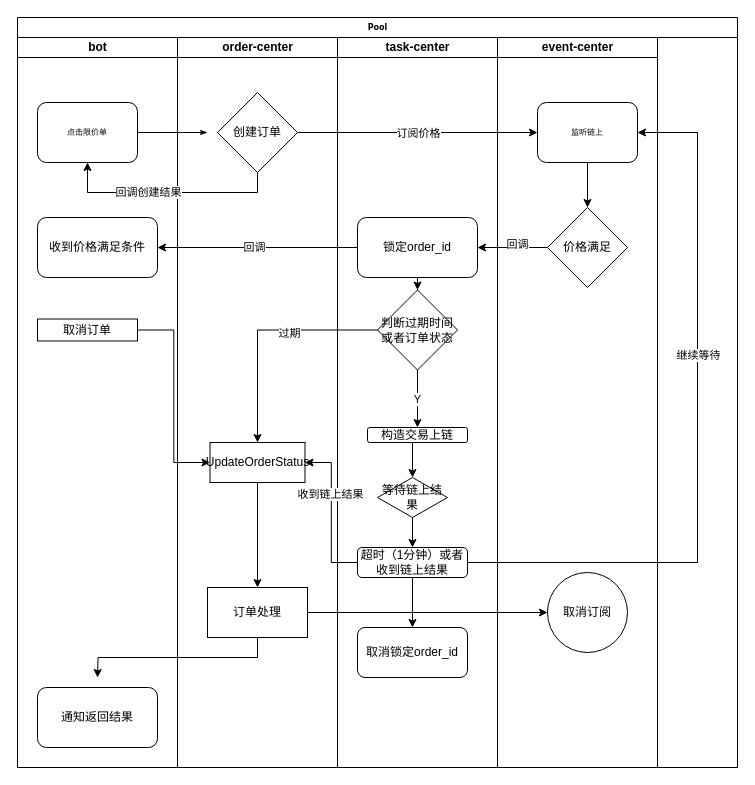
This is 未命名绘图.drawio from ZiHengLee/hot_event_spider, a draw.io file, before an edit. Source tidied: cells renumbered, new cells numbered last; positions are measured from the earlier drawing's top-left corner, leaving out a move shared by most shapes. Both pictures are drawn from the tidied source at 100%, with x=0, y=0 at pixel (17, 17).
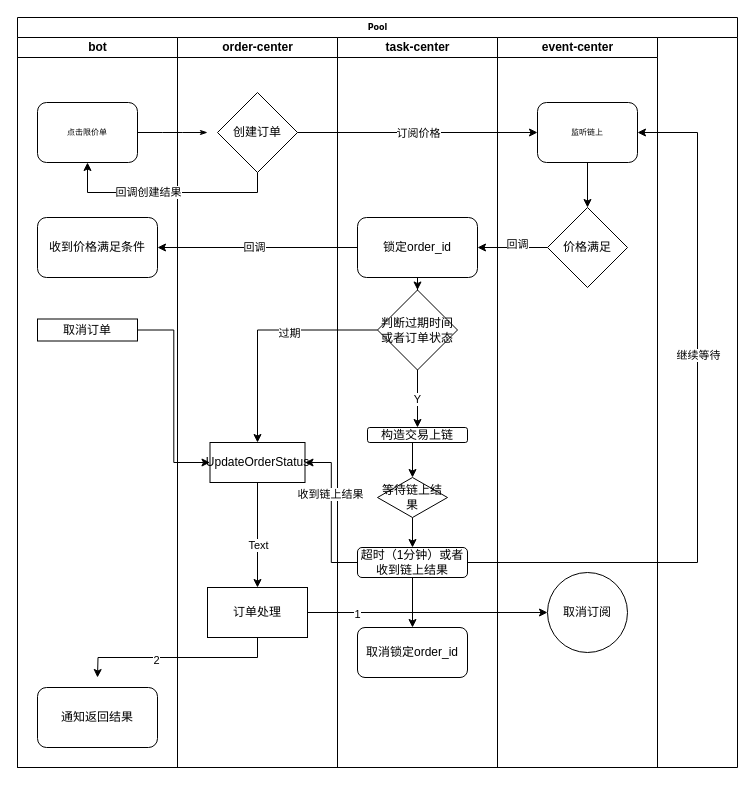
Above is the later version.

Commit message:
限价单流程.drawio

The change refers to these unchanged cells:
```xml
<mxCell id="11" style="edgeStyle=orthogonalEdgeStyle;rounded=0;jettySize=auto;html=1;exitX=0.5;exitY=1;exitDx=0;exitDy=0;entryX=0.5;entryY=0;entryDx=0;entryDy=0;" parent="9" edge="1" source="12" target="14">
  <mxGeometry relative="1" as="geometry" />
</mxCell>
<mxCell id="13" style="edgeStyle=orthogonalEdgeStyle;rounded=0;jettySize=auto;html=1;exitX=0.5;exitY=1;exitDx=0;exitDy=0;" parent="9" edge="1" source="14">
  <mxGeometry relative="1" as="geometry">
    <mxPoint x="-80" y="640" as="targetPoint" />
  </mxGeometry>
</mxCell>
<mxCell id="44" style="edgeStyle=orthogonalEdgeStyle;rounded=0;jettySize=auto;html=1;exitX=1;exitY=0.5;exitDx=0;exitDy=0;entryX=0;entryY=0.5;entryDx=0;entryDy=0;" parent="2" edge="1" source="14" target="32">
  <mxGeometry relative="1" as="geometry" />
</mxCell>
```

Diff of the diagram source:
```diff
@@
+    <mxCell id="49" value="Text" style="edgeLabel;html=1;align=center;verticalAlign=middle;" parent="11" vertex="1">
+      <mxGeometry x="0.19" relative="1" as="geometry" />
+    </mxCell>
@@
+    <mxCell id="50" value="2" style="edgeLabel;html=1;align=center;verticalAlign=middle;" parent="13" vertex="1">
+      <mxGeometry x="0.22" y="2" relative="1" as="geometry" />
+    </mxCell>
@@
+    <mxCell id="51" value="1" style="edgeLabel;html=1;align=center;verticalAlign=middle;" parent="44" vertex="1">
+      <mxGeometry x="-0.58" y="-1" relative="1" as="geometry">
+        <mxPoint x="-1" as="offset" />
+      </mxGeometry>
+    </mxCell>
```
